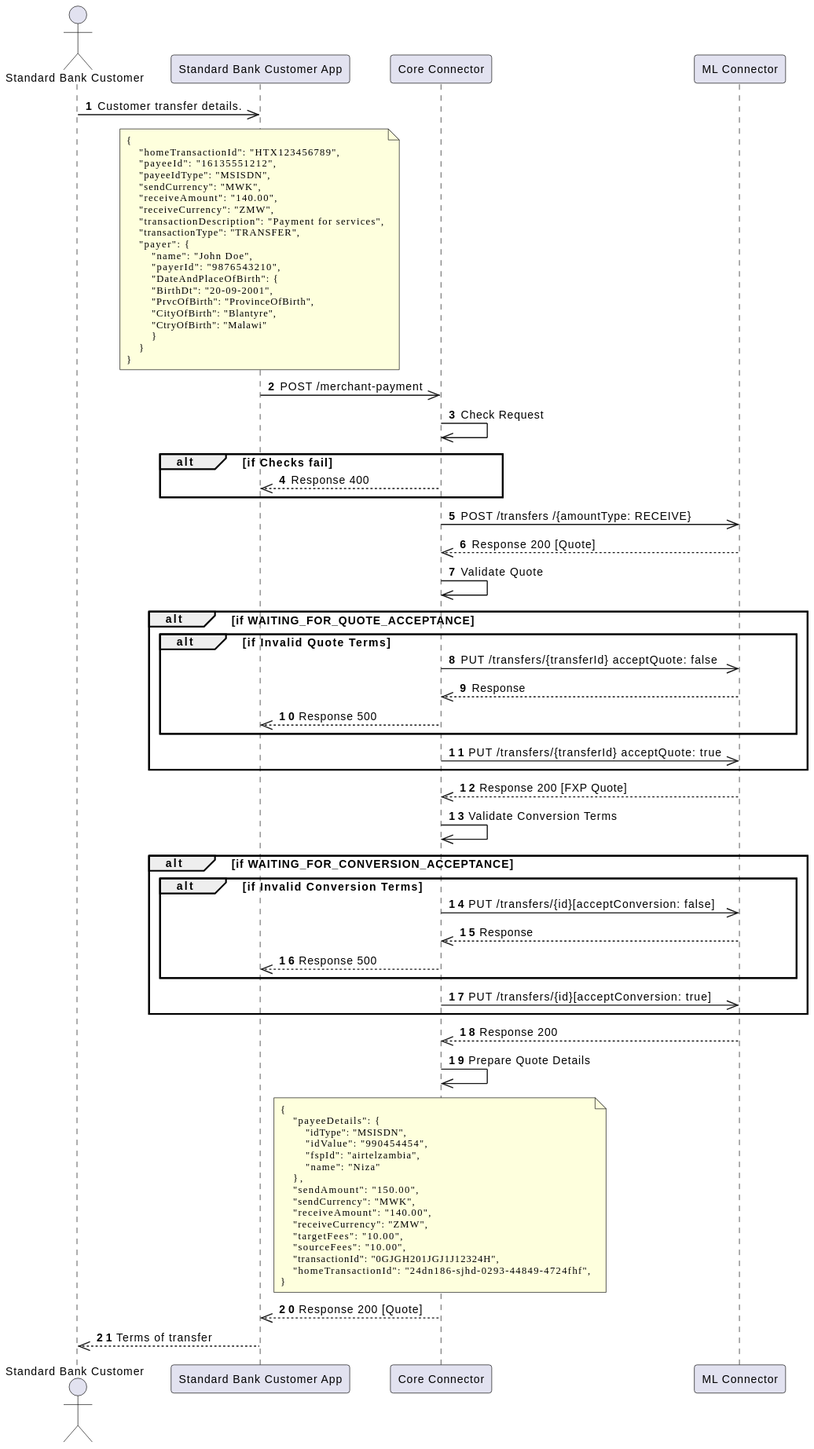
Earlier version of the PlantUML export standard-bank-mw-core-connector/docs/payer/images/payer-merchant-initiate-transfer.svg (mojaloop/ml-reference-connectors). Source of this version:
```plantuml
@startuml
skinparam defaultFontSize 10
skinparam NoteFontSize 9
skinparam NoteFontName "Courier New"  ' Monospace font
skinparam wrapWidth 50                ' Set the width of the note

autonumber

actor "Standard Bank Customer" as Customer
participant "Standard Bank Customer App" as App
participant "Core Connector" as Core
participant "ML Connector" as ML

Customer ->> App: Customer transfer details.


note over App
{
    "homeTransactionId": "HTX123456789",
    "payeeId": "16135551212",
    "payeeIdType": "MSISDN",
    "sendCurrency": "MWK",
    "receiveAmount": "140.00",
    "receiveCurrency": "ZMW",
    "transactionDescription": "Payment for services",
    "transactionType": "TRANSFER",
    "payer": {
        "name": "John Doe",
        "payerId": "9876543210",
        "DateAndPlaceOfBirth": {
        "BirthDt": "20-09-2001",
        "PrvcOfBirth": "ProvinceOfBirth",
        "CityOfBirth": "Blantyre",
        "CtryOfBirth": "Malawi"
        }
    }
}
end note
App ->> Core: POST /merchant-payment


Core ->> Core: Check Request

alt if Checks fail
    Core -->> App: Response 400
end



Core ->> ML: POST /transfers /{amountType: RECEIVE}
ML -->> Core: Response 200 [Quote]
Core ->> Core: Validate Quote

alt if WAITING_FOR_QUOTE_ACCEPTANCE

    alt if Invalid Quote Terms
        Core ->> ML: PUT /transfers/{transferId} acceptQuote: false
        ML -->> Core: Response
        Core -->> App: Response 500
    end

    Core ->> ML: PUT /transfers/{transferId} acceptQuote: true
end


ML -->> Core: Response 200 [FXP Quote]
Core ->> Core: Validate Conversion Terms


alt if WAITING_FOR_CONVERSION_ACCEPTANCE
    alt if Invalid Conversion Terms
        Core ->> ML: PUT /transfers/{id}[acceptConversion: false]
        ML -->> Core: Response
        Core -->> App: Response 500
    end

    Core ->> ML: PUT /transfers/{id}[acceptConversion: true]
end

ML -->> Core: Response 200
Core ->> Core: Prepare Quote Details

note over Core
{
    "payeeDetails": {
        "idType": "MSISDN",
        "idValue": "990454454",
        "fspId": "airtelzambia",
        "name": "Niza"
    },
    "sendAmount": "150.00",
    "sendCurrency": "MWK",
    "receiveAmount": "140.00",
    "receiveCurrency": "ZMW",
    "targetFees": "10.00",
    "sourceFees": "10.00",
    "transactionId": "0GJGH201JGJ1J12324H",
    "homeTransactionId": "24dn186-sjhd-0293-44849-4724fhf",
}
end note
Core -->> App: Response 200 [Quote]

App -->> Customer: Terms of transfer
@enduml
```
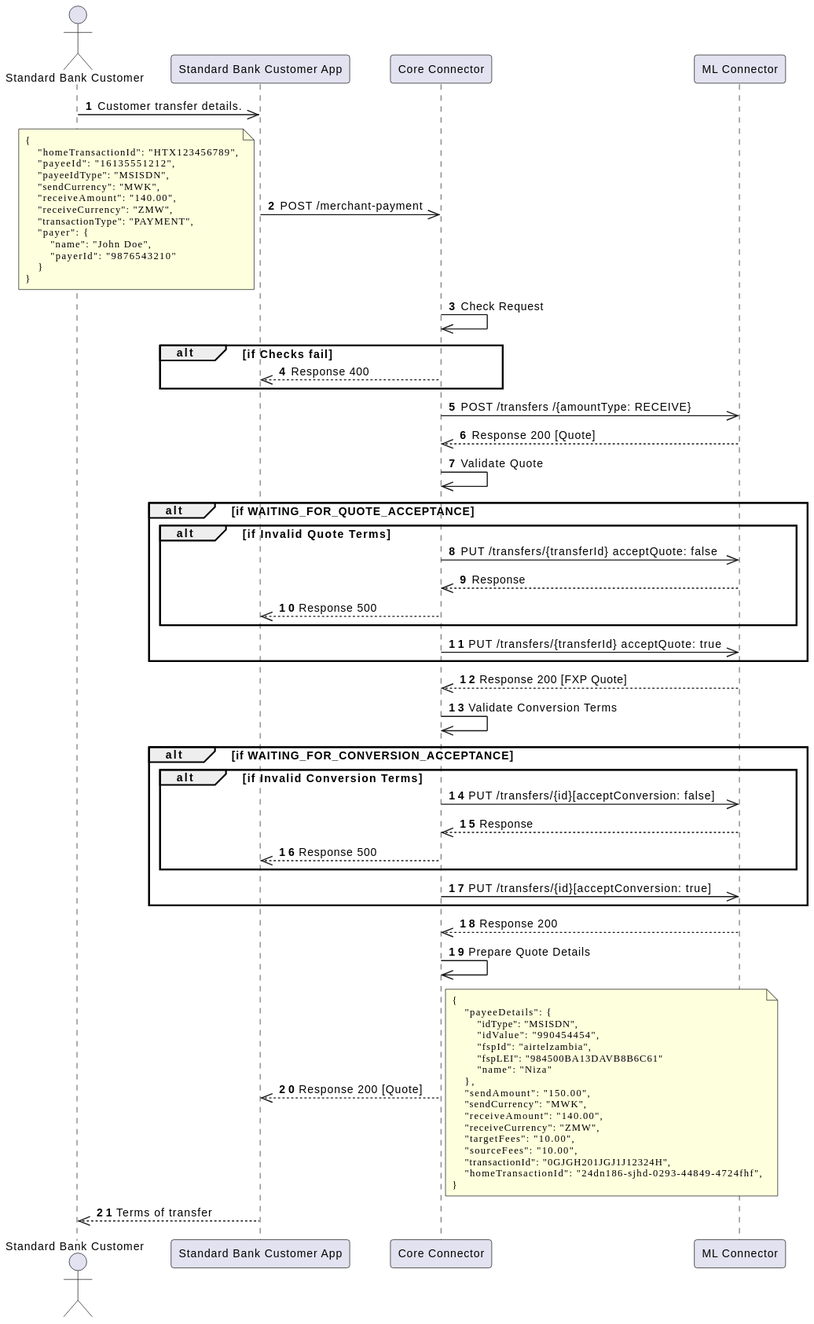
The same file after the commit.

What changed in the source:
```diff
@@ -13,8 +13,8 @@
 
 Customer ->> App: Customer transfer details.
 
-
-note over App
+App ->> Core: POST /merchant-payment
+note left
 {
     "homeTransactionId": "HTX123456789",
     "payeeId": "16135551212",
@@ -22,22 +22,13 @@
     "sendCurrency": "MWK",
     "receiveAmount": "140.00",
     "receiveCurrency": "ZMW",
-    "transactionDescription": "Payment for services",
-    "transactionType": "TRANSFER",
+    "transactionType": "PAYMENT",
     "payer": {
         "name": "John Doe",
-        "payerId": "9876543210",
-        "DateAndPlaceOfBirth": {
-        "BirthDt": "20-09-2001",
-        "PrvcOfBirth": "ProvinceOfBirth",
-        "CityOfBirth": "Blantyre",
-        "CtryOfBirth": "Malawi"
-        }
+        "payerId": "9876543210"
     }
 }
 end note
-App ->> Core: POST /merchant-payment
-
 
 Core ->> Core: Check Request
 
@@ -80,12 +71,14 @@
 ML -->> Core: Response 200
 Core ->> Core: Prepare Quote Details
 
-note over Core
+Core -->> App: Response 200 [Quote]
+note right
 {
     "payeeDetails": {
         "idType": "MSISDN",
         "idValue": "990454454",
         "fspId": "airtelzambia",
+        "fspLEI": "984500BA13DAVB8B6C61"
         "name": "Niza"
     },
     "sendAmount": "150.00",
@@ -98,7 +91,6 @@
     "homeTransactionId": "24dn186-sjhd-0293-44849-4724fhf",
 }
 end note
-Core -->> App: Response 200 [Quote]
 
 App -->> Customer: Terms of transfer
 @enduml
```
